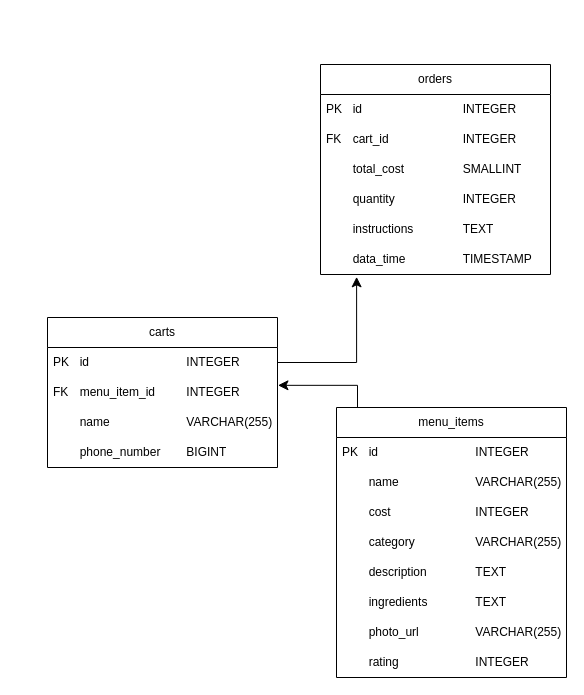
The draw.io diagram ERD.drawio in laraibsshaikh10/food-order-pickup, before the edit. Source tidied: cells renumbered, new cells numbered last; positions are measured from the earlier drawing's top-left corner, leaving out a move shared by most shapes. Both pictures are drawn from the tidied source at 100%, with x=0, y=0 at pixel (47, 64).
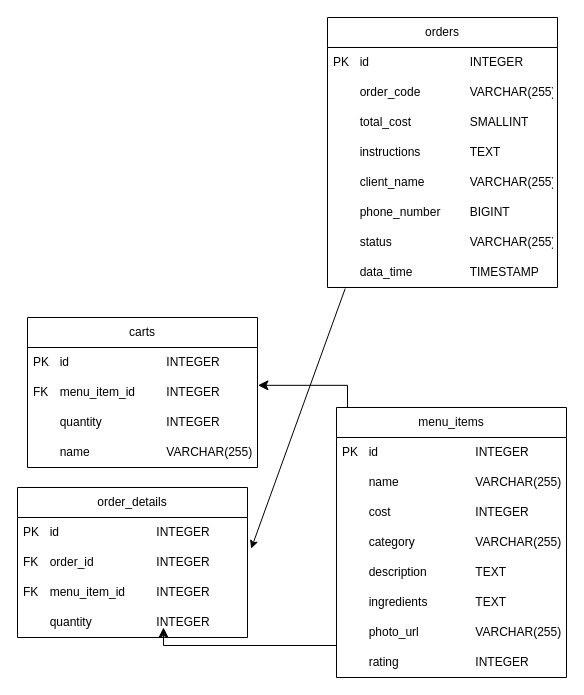
The same page after the edit.

Unchanged cells that the change refers to:
```xml
<mxCell id="3" value="PK&lt;span style=&quot;white-space: pre;&quot;&gt;&#9;&lt;/span&gt;id&lt;span style=&quot;white-space: pre;&quot;&gt;&#9;&lt;/span&gt;&amp;nbsp;&lt;span style=&quot;white-space: pre;&quot;&gt;&#9;&lt;span style=&quot;white-space: pre;&quot;&gt;&#9;&lt;/span&gt;&lt;span style=&quot;white-space: pre;&quot;&gt;&#9;&lt;/span&gt;&lt;/span&gt;INTEGER" style="text;strokeColor=none;fillColor=none;align=left;verticalAlign=middle;spacingLeft=4;spacingRight=4;overflow=hidden;points=[[0,0.5],[1,0.5]];portConstraint=eastwest;whiteSpace=wrap;html=1;" parent="2" vertex="1">
  <mxGeometry y="30" width="230" height="30" as="geometry" />
</mxCell>
<mxCell id="4" value="FK&lt;span style=&quot;white-space: pre;&quot;&gt;&#9;&lt;/span&gt;menu_item_id&lt;span style=&quot;white-space: pre;&quot;&gt;&#9;&lt;/span&gt;&lt;span style=&quot;white-space: pre;&quot;&gt;&#9;&lt;/span&gt;INTEGER" style="text;strokeColor=none;fillColor=none;align=left;verticalAlign=middle;spacingLeft=4;spacingRight=4;overflow=hidden;points=[[0,0.5],[1,0.5]];portConstraint=eastwest;whiteSpace=wrap;html=1;" parent="2" vertex="1">
  <mxGeometry y="60" width="230" height="30" as="geometry" />
</mxCell>
<mxCell id="7" value="menu_items" style="swimlane;fontStyle=0;horizontal=1;startSize=30;whiteSpace=wrap;html=1;" parent="1" vertex="1">
  <mxGeometry x="289" y="343" width="230" height="270" as="geometry" />
</mxCell>
<mxCell id="15" value="&lt;span style=&quot;&quot;&gt;&#9;&lt;/span&gt;&lt;span style=&quot;white-space: pre;&quot;&gt;&#9;&lt;/span&gt;rating&lt;span style=&quot;&quot;&gt;&#9;&lt;/span&gt;&lt;span style=&quot;&quot;&gt;&#9;&lt;/span&gt;&amp;nbsp;&lt;span style=&quot;&quot;&gt;&#9;&lt;span style=&quot;white-space: pre;&quot;&gt;&#9;&lt;/span&gt;&lt;span style=&quot;white-space: pre;&quot;&gt;&#9;&lt;/span&gt;&lt;span style=&quot;white-space: pre;&quot;&gt;&#9;&lt;/span&gt;&lt;/span&gt;INTEGER" style="text;strokeColor=none;fillColor=none;align=left;verticalAlign=middle;spacingLeft=4;spacingRight=4;overflow=hidden;points=[[0,0.5],[1,0.5]];portConstraint=eastwest;whiteSpace=wrap;html=1;" parent="7" vertex="1">
  <mxGeometry y="240" width="230" height="30" as="geometry" />
</mxCell>
```

Change to the diagram source:
```diff
@@
     <mxCell id="2" value="carts" style="swimlane;fontStyle=0;horizontal=1;startSize=30;whiteSpace=wrap;html=1;" parent="1" vertex="1">
-      <mxGeometry y="253" width="230" height="150" as="geometry" />
+      <mxGeometry x="-20" y="253" width="230" height="150" as="geometry" />
     </mxCell>
@@
+    <mxCell id="6" value="&lt;span style=&quot;&quot;&gt;&#9;&lt;/span&gt;&lt;span style=&quot;white-space: pre;&quot;&gt;&#9;&lt;/span&gt;quantity&lt;span style=&quot;white-space: pre;&quot;&gt;&#9;&lt;/span&gt;&lt;span style=&quot;white-space: pre;&quot;&gt;&#9;&lt;/span&gt;&lt;span style=&quot;&quot;&gt;&amp;nbsp;&lt;span style=&quot;white-space: pre;&quot;&gt;&#9;&lt;/span&gt;INTEGER&lt;/span&gt;" style="text;strokeColor=none;fillColor=none;align=left;verticalAlign=middle;spacingLeft=4;spacingRight=4;overflow=hidden;whiteSpace=wrap;html=1;" parent="2" vertex="1">
+      <mxGeometry y="90" width="230" height="30" as="geometry" />
+    </mxCell>
     <mxCell id="5" value="&lt;span style=&quot;white-space: pre;&quot;&gt;&#9;&lt;/span&gt;name&lt;span style=&quot;white-space: pre;&quot;&gt;&#9;&lt;/span&gt;&lt;span style=&quot;white-space: pre;&quot;&gt;&#9;&lt;/span&gt;&lt;span style=&quot;white-space: pre;&quot;&gt;&#9;&lt;/span&gt;VARCHAR(255)" style="text;strokeColor=none;fillColor=none;align=left;verticalAlign=middle;spacingLeft=4;spacingRight=4;overflow=hidden;whiteSpace=wrap;html=1;" parent="2" vertex="1">
-      <mxGeometry y="90" width="230" height="30" as="geometry" />
+      <mxGeometry y="120" width="230" height="30" as="geometry" />
     </mxCell>
-    <mxCell id="6" value="&lt;span style=&quot;&quot;&gt;&#9;&lt;/span&gt;&lt;span style=&quot;white-space: pre;&quot;&gt;&#9;&lt;/span&gt;phone_number&amp;nbsp;&lt;span style=&quot;&quot;&gt;&#9;&lt;span style=&quot;white-space: pre;&quot;&gt;&#9;&lt;/span&gt;&lt;/span&gt;BIGINT" style="text;strokeColor=none;fillColor=none;align=left;verticalAlign=middle;spacingLeft=4;spacingRight=4;overflow=hidden;whiteSpace=wrap;html=1;" parent="2" vertex="1">
-      <mxGeometry y="120" width="230" height="30" as="geometry" />
-    </mxCell>
@@
     <mxCell id="16" value="orders" style="swimlane;fontStyle=0;horizontal=1;startSize=30;whiteSpace=wrap;html=1;" parent="1" vertex="1">
-      <mxGeometry x="273" width="230" height="210" as="geometry" />
+      <mxGeometry x="280" y="-47" width="230" height="270" as="geometry" />
     </mxCell>
@@
-    <mxCell id="18" value="FK&lt;span style=&quot;&quot;&gt;&#9;&lt;span style=&quot;white-space: pre;&quot;&gt;&#9;&lt;/span&gt;car&lt;/span&gt;t_id&lt;span style=&quot;&quot;&gt;&#9;&lt;span style=&quot;white-space: pre;&quot;&gt;&#9;&lt;/span&gt;&lt;span style=&quot;white-space: pre;&quot;&gt;&#9;&lt;/span&gt;&lt;span style=&quot;&quot;&gt;&#9;&lt;span style=&quot;white-space: pre;&quot;&gt;&#9;&lt;/span&gt;&amp;nbsp;&lt;/span&gt;I&lt;/span&gt;NTEGER" style="text;strokeColor=none;fillColor=none;align=left;verticalAlign=middle;spacingLeft=4;spacingRight=4;overflow=hidden;whiteSpace=wrap;html=1;" parent="16" vertex="1">
+    <mxCell id="18" value="&lt;span style=&quot;white-space: pre;&quot;&gt;&#9;&lt;/span&gt;order_code&lt;span style=&quot;white-space: pre;&quot;&gt;&#9;&lt;/span&gt;&lt;span style=&quot;white-space: pre;&quot;&gt;&#9;&lt;/span&gt;&amp;nbsp;VARCHAR(255)" style="text;strokeColor=none;fillColor=none;align=left;verticalAlign=middle;spacingLeft=4;spacingRight=4;overflow=hidden;whiteSpace=wrap;html=1;" parent="16" vertex="1">
       <mxGeometry y="60" width="230" height="30" as="geometry" />
     </mxCell>
@@
+    <mxCell id="21" value="&lt;span style=&quot;white-space: pre;&quot;&gt;&#9;&lt;/span&gt;instructions&lt;span style=&quot;white-space: pre;&quot;&gt;&#9;&lt;/span&gt;&lt;span style=&quot;white-space: pre;&quot;&gt;&#9;&lt;/span&gt;&amp;nbsp;TEXT" style="text;strokeColor=none;fillColor=none;align=left;verticalAlign=middle;spacingLeft=4;spacingRight=4;overflow=hidden;whiteSpace=wrap;html=1;" parent="16" vertex="1">
+      <mxGeometry y="120" width="230" height="30" as="geometry" />
+    </mxCell>
+    <mxCell id="25" value="&lt;span style=&quot;white-space: pre;&quot;&gt;&#9;&lt;/span&gt;client_name&lt;span style=&quot;white-space: pre;&quot;&gt;&#9;&lt;/span&gt;&lt;span style=&quot;white-space: pre;&quot;&gt;&#9;&lt;/span&gt;&amp;nbsp;VARCHAR(255)" style="text;strokeColor=none;fillColor=none;align=left;verticalAlign=middle;spacingLeft=4;spacingRight=4;overflow=hidden;whiteSpace=wrap;html=1;" parent="16" vertex="1">
+      <mxGeometry y="150" width="230" height="30" as="geometry" />
+    </mxCell>
+    <mxCell id="26" value="&lt;span style=&quot;white-space: pre;&quot;&gt;&#9;&lt;/span&gt;phone_number&lt;span style=&quot;white-space: pre;&quot;&gt;&#9;&lt;/span&gt;&amp;nbsp;BIGINT" style="text;strokeColor=none;fillColor=none;align=left;verticalAlign=middle;spacingLeft=4;spacingRight=4;overflow=hidden;whiteSpace=wrap;html=1;" parent="16" vertex="1">
+      <mxGeometry y="180" width="230" height="30" as="geometry" />
+    </mxCell>
+    <mxCell id="27" value="&lt;span style=&quot;white-space: pre;&quot;&gt;&#9;&lt;/span&gt;status&lt;span style=&quot;white-space: pre;&quot;&gt;&#9;&lt;/span&gt;&lt;span style=&quot;white-space: pre;&quot;&gt;&#9;&lt;/span&gt;&amp;nbsp;&lt;span style=&quot;white-space: pre;&quot;&gt;&#9;&lt;/span&gt;&amp;nbsp;VARCHAR(255)" style="text;strokeColor=none;fillColor=none;align=left;verticalAlign=middle;spacingLeft=4;spacingRight=4;overflow=hidden;whiteSpace=wrap;html=1;" parent="16" vertex="1">
+      <mxGeometry y="210" width="230" height="30" as="geometry" />
+    </mxCell>
+    <mxCell id="22" value="&lt;span style=&quot;white-space: pre;&quot;&gt;&#9;&lt;/span&gt;data_time&lt;span style=&quot;white-space: pre;&quot;&gt;&#9;&lt;/span&gt;&lt;span style=&quot;white-space: pre;&quot;&gt;&#9;&lt;/span&gt;&amp;nbsp;TIMESTAMP" style="text;strokeColor=none;fillColor=none;align=left;verticalAlign=middle;spacingLeft=4;spacingRight=4;overflow=hidden;points=[[0,0.5],[1,0.5]];portConstraint=eastwest;whiteSpace=wrap;html=1;" parent="16" vertex="1">
+      <mxGeometry y="240" width="230" height="30" as="geometry" />
+    </mxCell>
+    <mxCell id="24" style="edgeStyle=elbowEdgeStyle;elbow=vertical;endArrow=classic;html=1;curved=0;rounded=0;endSize=8;startSize=8;exitX=0.439;exitY=0;exitDx=0;exitDy=0;exitPerimeter=0;entryX=1.002;entryY=0.261;entryDx=0;entryDy=0;entryPerimeter=0;" parent="1" edge="1" source="7" target="4">
+      <mxGeometry relative="1" as="geometry" />
+    </mxCell>
+    <mxCell id="28" value="order_details" style="swimlane;fontStyle=0;horizontal=1;startSize=30;whiteSpace=wrap;html=1;" parent="1" vertex="1">
+      <mxGeometry x="-30" y="423" width="230" height="150" as="geometry" />
+    </mxCell>
+    <mxCell id="29" value="PK&lt;span style=&quot;white-space: pre;&quot;&gt;&#9;&lt;/span&gt;id&lt;span style=&quot;white-space: pre;&quot;&gt;&#9;&lt;/span&gt;&amp;nbsp;&lt;span style=&quot;white-space: pre;&quot;&gt;&#9;&lt;span style=&quot;white-space: pre;&quot;&gt;&#9;&lt;/span&gt;&lt;span style=&quot;white-space: pre;&quot;&gt;&#9;&lt;/span&gt;&lt;/span&gt;INTEGER" style="text;strokeColor=none;fillColor=none;align=left;verticalAlign=middle;spacingLeft=4;spacingRight=4;overflow=hidden;whiteSpace=wrap;html=1;" parent="28" vertex="1">
+      <mxGeometry y="30" width="230" height="30" as="geometry" />
+    </mxCell>
+    <mxCell id="30" value="FK &lt;span style=&quot;white-space: pre;&quot;&gt;&#9;&lt;/span&gt;order_id&lt;span style=&quot;white-space: pre;&quot;&gt;&#9;&lt;/span&gt;&amp;nbsp;&lt;span style=&quot;white-space: pre;&quot;&gt;&#9;&lt;/span&gt;&lt;span style=&quot;white-space: pre;&quot;&gt;&#9;&lt;/span&gt;INTEGER" style="text;strokeColor=none;fillColor=none;align=left;verticalAlign=middle;spacingLeft=4;spacingRight=4;overflow=hidden;points=[[0,0.5],[1,0.5]];portConstraint=eastwest;whiteSpace=wrap;html=1;" parent="28" vertex="1">
+      <mxGeometry y="60" width="230" height="30" as="geometry" />
+    </mxCell>
+    <mxCell id="31" value="FK&lt;span style=&quot;white-space: pre;&quot;&gt;&#9;&lt;/span&gt;menu_item_id&lt;span style=&quot;white-space: pre;&quot;&gt;&#9;&lt;/span&gt;&lt;span style=&quot;white-space: pre;&quot;&gt;&#9;&lt;/span&gt;INTEGER" style="text;strokeColor=none;fillColor=none;align=left;verticalAlign=middle;spacingLeft=4;spacingRight=4;overflow=hidden;whiteSpace=wrap;html=1;" parent="28" vertex="1">
+      <mxGeometry y="90" width="230" height="30" as="geometry" />
+    </mxCell>
-    <mxCell id="20" value="&lt;span style=&quot;white-space: pre;&quot;&gt;&#9;&lt;/span&gt;quantity&lt;span style=&quot;white-space: pre;&quot;&gt;&#9;&lt;/span&gt;&lt;span style=&quot;white-space: pre;&quot;&gt;&#9;&lt;/span&gt;&lt;span style=&quot;white-space: pre;&quot;&gt;&#9;&lt;/span&gt;&amp;nbsp;INTEGER" style="text;strokeColor=none;fillColor=none;align=left;verticalAlign=middle;spacingLeft=4;spacingRight=4;overflow=hidden;whiteSpace=wrap;html=1;" parent="16" vertex="1">
+    <mxCell id="20" value="&lt;span style=&quot;&quot;&gt;&#9;&lt;/span&gt;&lt;span style=&quot;white-space: pre;&quot;&gt;&#9;&lt;/span&gt;quantity&lt;span style=&quot;white-space: pre;&quot;&gt;&#9;&lt;/span&gt;&lt;span style=&quot;white-space: pre;&quot;&gt;&#9;&lt;/span&gt;&lt;span style=&quot;&quot;&gt;&amp;nbsp;&lt;span style=&quot;white-space: pre;&quot;&gt;&#9;&lt;/span&gt;INTEGER&lt;/span&gt;" style="text;strokeColor=none;fillColor=none;align=left;verticalAlign=middle;spacingLeft=4;spacingRight=4;overflow=hidden;whiteSpace=wrap;html=1;" parent="28" vertex="1">
       <mxGeometry y="120" width="230" height="30" as="geometry" />
     </mxCell>
-    <mxCell id="21" value="&lt;span style=&quot;white-space: pre;&quot;&gt;&#9;&lt;/span&gt;instructions&lt;span style=&quot;white-space: pre;&quot;&gt;&#9;&lt;/span&gt;&lt;span style=&quot;white-space: pre;&quot;&gt;&#9;&lt;/span&gt;&amp;nbsp;TEXT" style="text;strokeColor=none;fillColor=none;align=left;verticalAlign=middle;spacingLeft=4;spacingRight=4;overflow=hidden;whiteSpace=wrap;html=1;" parent="16" vertex="1">
-      <mxGeometry y="150" width="230" height="30" as="geometry" />
-    </mxCell>
-    <mxCell id="22" value="&lt;span style=&quot;white-space: pre;&quot;&gt;&#9;&lt;/span&gt;data_time&lt;span style=&quot;white-space: pre;&quot;&gt;&#9;&lt;/span&gt;&lt;span style=&quot;white-space: pre;&quot;&gt;&#9;&lt;/span&gt;&amp;nbsp;TIMESTAMP" style="text;strokeColor=none;fillColor=none;align=left;verticalAlign=middle;spacingLeft=4;spacingRight=4;overflow=hidden;points=[[0,0.5],[1,0.5]];portConstraint=eastwest;whiteSpace=wrap;html=1;" parent="16" vertex="1">
-      <mxGeometry y="180" width="230" height="30" as="geometry" />
-    </mxCell>
-    <mxCell id="23" style="edgeStyle=segmentEdgeStyle;endArrow=classic;html=1;curved=0;rounded=0;endSize=8;startSize=8;exitX=1;exitY=0.5;exitDx=0;exitDy=0;entryX=0.157;entryY=1.078;entryDx=0;entryDy=0;entryPerimeter=0;" parent="1" edge="1" source="3" target="22">
-      <mxGeometry relative="1" as="geometry" />
-    </mxCell>
-    <mxCell id="24" style="edgeStyle=elbowEdgeStyle;elbow=vertical;endArrow=classic;html=1;curved=0;rounded=0;endSize=8;startSize=8;exitX=0.439;exitY=0;exitDx=0;exitDy=0;exitPerimeter=0;entryX=1.002;entryY=0.261;entryDx=0;entryDy=0;entryPerimeter=0;" parent="1" edge="1" source="7" target="4">
-      <mxGeometry relative="1" as="geometry" />
-    </mxCell>
+    <mxCell id="32" style="edgeStyle=elbowEdgeStyle;elbow=vertical;endArrow=classic;html=1;curved=0;rounded=0;endSize=8;startSize=8;exitX=0;exitY=0.5;exitDx=0;exitDy=0;" parent="1" edge="1" source="15">
+      <mxGeometry relative="1" as="geometry">
+        <mxPoint x="116" y="563" as="targetPoint" />
+      </mxGeometry>
+    </mxCell>
+    <mxCell id="33" style="endArrow=classic;html=1;entryX=1.016;entryY=0.039;entryDx=0;entryDy=0;entryPerimeter=0;exitX=0.077;exitY=1.034;exitDx=0;exitDy=0;exitPerimeter=0;" parent="1" edge="1" source="22" target="30">
+      <mxGeometry relative="1" as="geometry" />
+    </mxCell>
```
